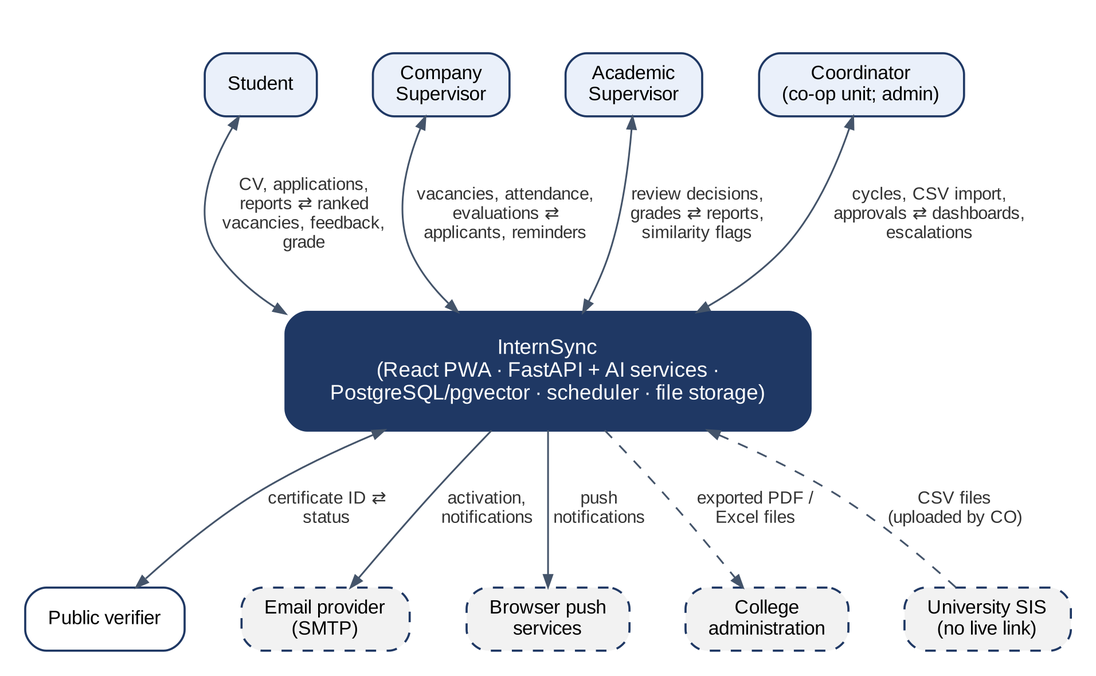
Above: docs/InternSync_Diagrams/png/02_context.png in Salam-ALsaour/InternSync (Graphviz), before the change. Its source is kept beside it as docs/InternSync_Diagrams/source/02_context.dot.
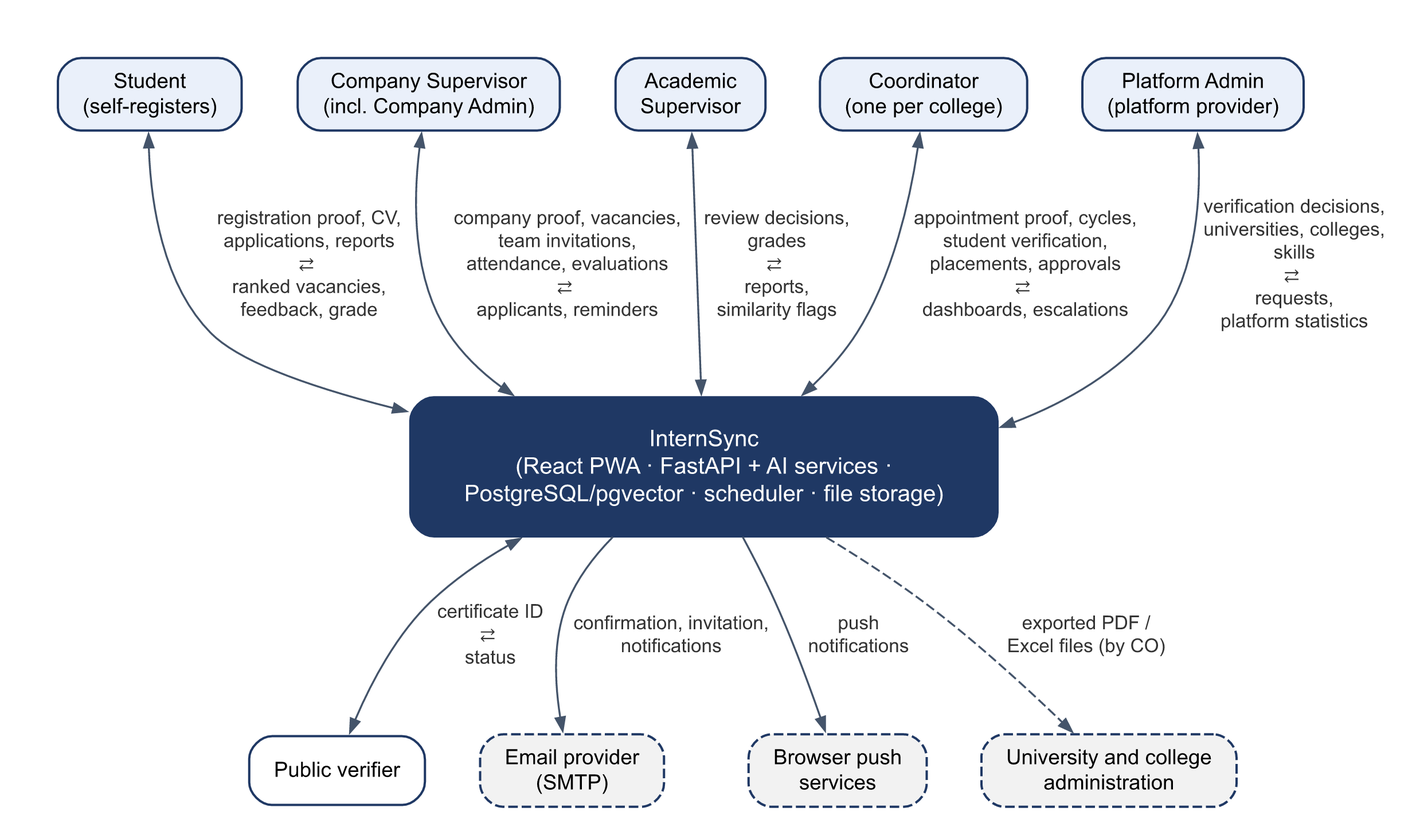
After the commit.

The edit, as a diff of the source:
```diff
@@ -1,32 +1,32 @@
 digraph G {
-  graph [rankdir=TB, splines=spline, nodesep=0.45, ranksep=0.95, fontname="Liberation Sans", bgcolor="white", pad=0.2];
+  graph [rankdir=TB, splines=spline, nodesep=0.40, ranksep=0.95, fontname="Liberation Sans", bgcolor="white", pad=0.2];
   node  [fontname="Liberation Sans", fontsize=11, shape=box, style="rounded,filled", fillcolor="#EAF0FA", color="#1F3864", penwidth=1.2, margin="0.18,0.08"];
   edge  [fontname="Liberation Sans", fontsize=10, color="#44546A", fontcolor="#333333", arrowsize=0.7];
 
   subgraph cluster_users { style=invis;
-    ST [label="Student"];
-    CS [label="Company\nSupervisor"];
+    ST [label="Student\n(self-registers)"];
+    CS [label="Company Supervisor\n(incl. Company Admin)"];
     AS [label="Academic\nSupervisor"];
-    CO [label="Coordinator\n(co-op unit; admin)"];
+    CO [label="Coordinator\n(one per college)"];
+    PA [label="Platform Admin\n(platform provider)"];
   }
 
   SYS [label="InternSync\n(React PWA · FastAPI + AI services ·\nPostgreSQL/pgvector · scheduler · file storage)", shape=box, style="rounded,filled,bold", fillcolor="#1F3864", fontcolor="white", fontsize=12, penwidth=2, margin="0.35,0.2"];
 
-  { rank=same; PUB; MAIL; PUSH; SIS; ADM; }
+  { rank=same; PUB; MAIL; PUSH; ADM; }
   PUB  [label="Public verifier", fillcolor="#FFFFFF"];
   MAIL [label="Email provider\n(SMTP)", fillcolor="#F2F2F2", style="rounded,filled,dashed"];
   PUSH [label="Browser push\nservices", fillcolor="#F2F2F2", style="rounded,filled,dashed"];
-  SIS  [label="University SIS\n(no live link)", fillcolor="#F2F2F2", style="rounded,filled,dashed"];
-  ADM  [label="College\nadministration", fillcolor="#F2F2F2", style="rounded,filled,dashed"];
+  ADM  [label="University and college\nadministration", fillcolor="#F2F2F2", style="rounded,filled,dashed"];
 
-  ST -> SYS [dir=both, label=" CV, applications,\n reports ⇄ ranked\n vacancies, feedback,\n grade"];
-  CS -> SYS [dir=both, label=" vacancies, attendance,\n evaluations ⇄\n applicants, reminders"];
-  AS -> SYS [dir=both, label=" review decisions,\n grades ⇄ reports,\n similarity flags"];
-  CO -> SYS [dir=both, label=" cycles, CSV import,\n approvals ⇄ dashboards,\n escalations"];
+  ST -> SYS [dir=both, label=" registration proof, CV,\n applications, reports\n ⇄ \n ranked vacancies,\n feedback, grade"];
+  CS -> SYS [dir=both, label=" company proof, vacancies,\n team invitations,\n attendance, evaluations\n ⇄ \n applicants, reminders"];
+  AS -> SYS [dir=both, label=" review decisions,\n grades\n ⇄ \n reports,\n similarity flags"];
+  CO -> SYS [dir=both, label=" appointment proof, cycles,\n student verification,\n placements, approvals\n ⇄ \n dashboards, escalations"];
+  PA -> SYS [dir=both, label=" verification decisions,\n universities, colleges,\n skills\n ⇄ \n requests,\n platform statistics"];
 
-  SYS -> PUB  [dir=both, label=" certificate ID ⇄\n status"];
-  SYS -> MAIL [label=" activation,\n notifications"];
+  SYS -> PUB  [dir=both, label=" certificate ID\n ⇄ \n status"];
+  SYS -> MAIL [label=" confirmation, invitation,\n notifications"];
   SYS -> PUSH [label=" push\n notifications"];
-  SIS -> SYS  [style=dashed, label=" CSV files\n (uploaded by CO)"];
-  SYS -> ADM  [style=dashed, label=" exported PDF /\n Excel files"];
+  SYS -> ADM  [style=dashed, label=" exported PDF /\n Excel files (by CO)"];
 }
```
